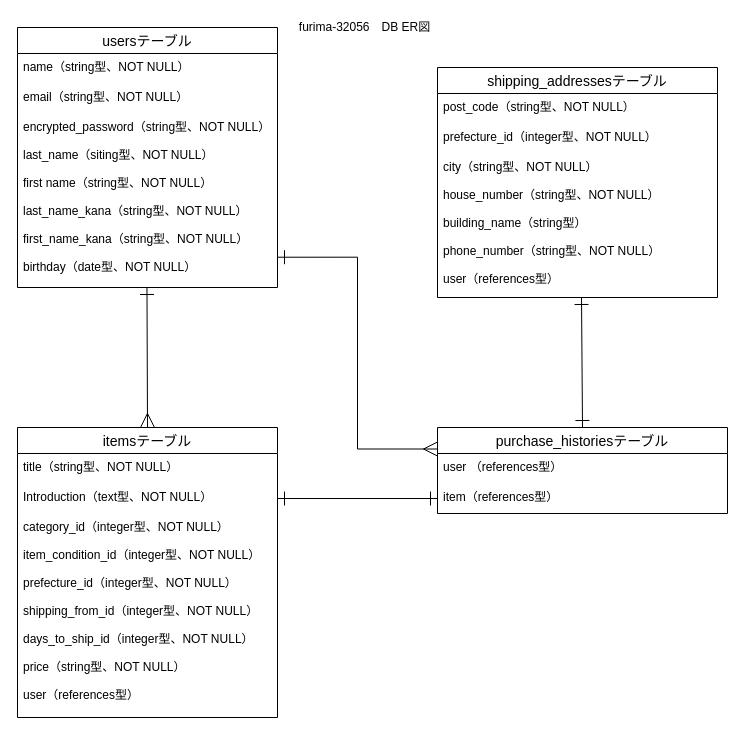
The draw.io diagram furima.dio in mopomi/furima-32056, before the edit. Source tidied: cells renumbered, new cells numbered last; positions are measured from the earlier drawing's top-left corner, leaving out a move shared by most shapes. Both pictures are drawn from the tidied source at 100%, with x=0, y=0 at pixel (17, 17).
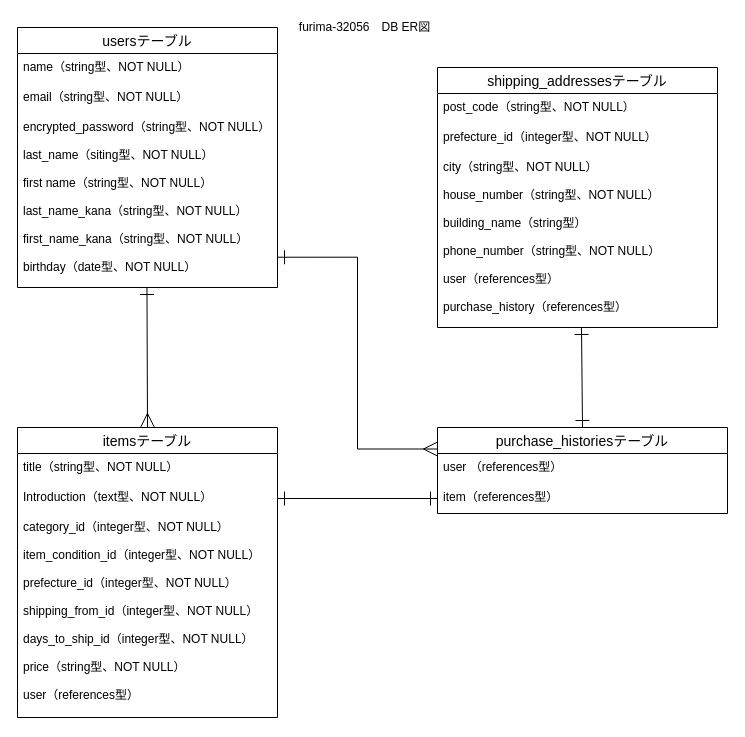
After the change.

The change refers to these unchanged cells:
```xml
<mxCell id="12" value="purchase_historiesテーブル" style="swimlane;fontStyle=0;horizontal=1;startSize=26;align=center;fontSize=14;" parent="1" vertex="1">
  <mxGeometry x="420" y="410" width="290" height="86" as="geometry" />
</mxCell>
```

Change to the diagram source:
```diff
@@
     <mxCell id="7" value="shipping_addressesテーブル" style="swimlane;fontStyle=0;horizontal=1;startSize=26;align=center;fontSize=14;" parent="1" vertex="1">
-      <mxGeometry x="420" y="50" width="280" height="230" as="geometry" />
+      <mxGeometry x="420" y="50" width="280" height="260" as="geometry" />
     </mxCell>
@@
-    <mxCell id="10" value="city（string型、NOT NULL）&#10;&#10;house_number（string型、NOT NULL）&#10;&#10;building_name（string型）&#10;&#10;phone_number（string型、NOT NULL）&#10;&#10;user（references型）" style="text;strokeColor=none;fillColor=none;spacingLeft=4;spacingRight=4;overflow=hidden;fontSize=12;" parent="7" vertex="1">
-      <mxGeometry y="86" width="280" height="144" as="geometry" />
+    <mxCell id="10" value="city（string型、NOT NULL）&#10;&#10;house_number（string型、NOT NULL）&#10;&#10;building_name（string型）&#10;&#10;phone_number（string型、NOT NULL）&#10;&#10;user（references型）&#10;&#10;purchase_history（references型）" style="text;strokeColor=none;fillColor=none;spacingLeft=4;spacingRight=4;overflow=hidden;fontSize=12;" parent="7" vertex="1">
+      <mxGeometry y="86" width="280" height="174" as="geometry" />
     </mxCell>
     <mxCell id="11" style="edgeStyle=none;rounded=0;jumpStyle=none;jettySize=auto;html=1;exitX=0.5;exitY=0;exitDx=0;exitDy=0;startArrow=ERone;startFill=0;startSize=12;sourcePerimeterSpacing=0;endArrow=ERone;endFill=0;endSize=12;targetPerimeterSpacing=0;" parent="1" edge="1" source="12">
       <mxGeometry relative="1" as="geometry">
-        <mxPoint x="564" y="280" as="targetPoint" />
+        <mxPoint x="564" y="310" as="targetPoint" />
       </mxGeometry>
     </mxCell>
@@
-    <mxCell id="14" value="item（references型）" style="text;strokeColor=none;fillColor=none;spacingLeft=4;spacingRight=4;overflow=hidden;points=[[0,0.5],[1,0.5]];portConstraint=eastwest;fontSize=12;" parent="12" vertex="1">
+    <mxCell id="14" value="item（references型）" style="text;strokeColor=none;fillColor=none;spacingLeft=4;spacingRight=4;overflow=hidden;points=[[0,0.5],[1,0.5]];portConstraint=eastwest;fontSize=12;fontStyle=0;" parent="12" vertex="1">
       <mxGeometry y="56" width="290" height="30" as="geometry" />
     </mxCell>
```
